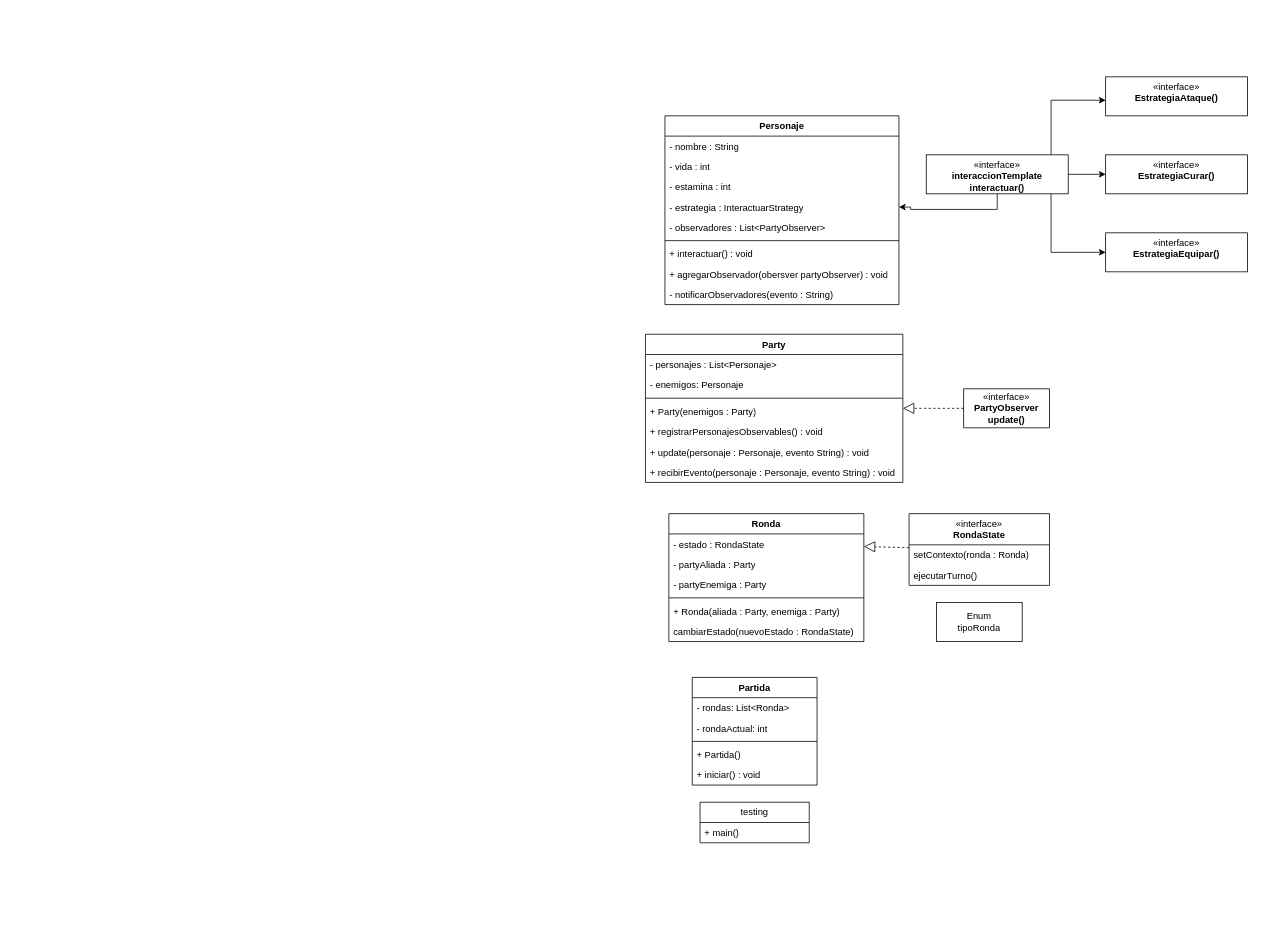
Earlier version of the draw.io diagram DiagramaUML.drawio (D1n0sXIX/ProyectoFinal-DisSoftware). Source tidied: cells renumbered, new cells numbered last; positions are measured from the earlier drawing's top-left corner, leaving out a move shared by most shapes. Both pictures are drawn from the tidied source at 78%, with x=0, y=0 at pixel (645, 76).
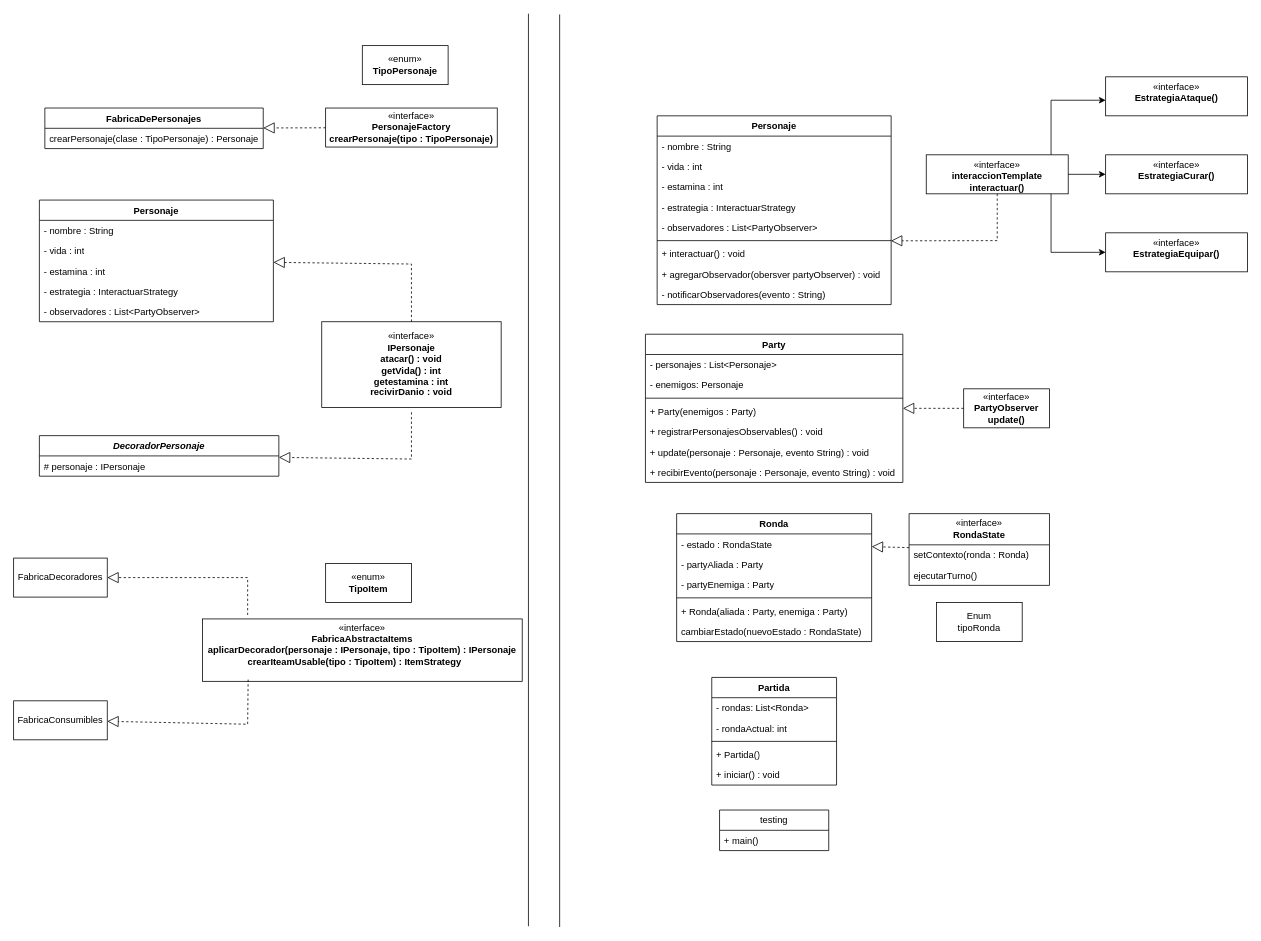
The same page after the edit.

Unchanged cells that the change refers to:
```xml
<mxCell id="35" value="- estrategia : InteractuarStrategy" style="text;strokeColor=none;fillColor=none;align=left;verticalAlign=top;spacingLeft=4;spacingRight=4;overflow=hidden;points=[[0,0.5],[1,0.5]];portConstraint=eastwest;whiteSpace=wrap;html=1;fontFamily=Helvetica;fontSize=12;fontColor=default;" parent="31" vertex="1">
  <mxGeometry y="104" width="300" height="26" as="geometry" />
</mxCell>
<mxCell id="38" value="+ interactuar() : void" style="text;strokeColor=none;fillColor=none;align=left;verticalAlign=top;spacingLeft=4;spacingRight=4;overflow=hidden;points=[[0,0.5],[1,0.5]];portConstraint=eastwest;whiteSpace=wrap;html=1;fontFamily=Helvetica;fontSize=12;fontColor=default;" parent="31" vertex="1">
  <mxGeometry y="164" width="300" height="26" as="geometry" />
</mxCell>
<mxCell id="45" value="«interface»&lt;br&gt;&lt;b&gt;interaccionTemplate&lt;/b&gt;&lt;div&gt;&lt;b&gt;interactuar()&lt;/b&gt;&lt;/div&gt;" style="html=1;whiteSpace=wrap;align=center;verticalAlign=top;spacingLeft=4;spacingRight=4;fontFamily=Helvetica;fontSize=12;fontColor=default;fillColor=none;gradientColor=none;" parent="1" vertex="1">
  <mxGeometry x="360" y="100" width="182" height="50" as="geometry" />
</mxCell>
```

Diff of the diagram source:
```diff
@@
     <mxCell id="4" value="testing" style="swimlane;fontStyle=0;horizontal=1;startSize=26;fillColor=none;whiteSpace=wrap;html=1;" parent="1" vertex="1">
-      <mxGeometry x="70" y="930" width="140" height="52" as="geometry" />
+      <mxGeometry x="95" y="940" width="140" height="52" as="geometry" />
     </mxCell>
@@
     <mxCell id="6" value="Partida" style="swimlane;fontStyle=1;align=center;verticalAlign=top;horizontal=1;startSize=26;whiteSpace=wrap;html=1;" parent="1" vertex="1">
-      <mxGeometry x="60" y="770" width="160" height="138" as="geometry" />
+      <mxGeometry x="85" y="770" width="160" height="138" as="geometry" />
     </mxCell>
@@
     <mxCell id="12" value="Ronda" style="swimlane;fontStyle=1;align=center;verticalAlign=top;horizontal=1;startSize=26;whiteSpace=wrap;html=1;" parent="1" vertex="1">
-      <mxGeometry x="30" y="560" width="250" height="164" as="geometry" />
+      <mxGeometry x="40" y="560" width="250" height="164" as="geometry" />
     </mxCell>
@@
     <mxCell id="31" value="Personaje" style="swimlane;fontStyle=1;align=center;verticalAlign=top;horizontal=1;startSize=26;whiteSpace=wrap;html=1;spacingLeft=4;spacingRight=4;fontFamily=Helvetica;fontSize=12;fontColor=default;fillColor=none;gradientColor=none;" parent="1" vertex="1">
-      <mxGeometry x="25" y="50" width="300" height="242" as="geometry" />
+      <mxGeometry x="15" y="50" width="300" height="242" as="geometry" />
     </mxCell>
@@
-    <mxCell id="44" style="edgeStyle=orthogonalEdgeStyle;rounded=0;jettySize=auto;html=1;fontFamily=Helvetica;fontSize=12;fontColor=default;" parent="1" edge="1" source="45" target="35">
-      <mxGeometry relative="1" as="geometry" />
-    </mxCell>
@@
+    <mxCell id="50" style="endArrow=block;dashed=1;endFill=0;endSize=12;html=1;rounded=0;entryX=0.999;entryY=-0.144;entryDx=0;entryDy=0;entryPerimeter=0;" parent="1" edge="1" source="45" target="38">
+      <mxGeometry relative="1" as="geometry">
+        <Array as="points">
+          <mxPoint x="451" y="210" />
+        </Array>
+      </mxGeometry>
+    </mxCell>
+    <mxCell id="51" style="endArrow=none;html=1;rounded=0;" parent="1" edge="1">
+      <mxGeometry relative="1" as="geometry">
+        <mxPoint x="-110" y="1090" as="sourcePoint" />
+        <mxPoint x="-110" y="-80" as="targetPoint" />
+      </mxGeometry>
+    </mxCell>
+    <mxCell id="52" style="endArrow=none;html=1;rounded=0;" parent="1" edge="1">
+      <mxGeometry relative="1" as="geometry">
+        <mxPoint x="-150" y="1089" as="sourcePoint" />
+        <mxPoint x="-150" y="-81" as="targetPoint" />
+      </mxGeometry>
+    </mxCell>
+    <mxCell id="53" value="«enum»&lt;br&gt;&lt;b&gt;TipoPersonaje&lt;/b&gt;" style="html=1;whiteSpace=wrap;" parent="1" vertex="1">
+      <mxGeometry x="-363" y="-40" width="110" height="50" as="geometry" />
+    </mxCell>
+    <mxCell id="54" value="«interface»&lt;br&gt;&lt;b&gt;PersonajeFactory&lt;/b&gt;&lt;div&gt;&lt;b&gt;crearPersonaje(tipo : TipoPersonaje)&lt;/b&gt;&lt;/div&gt;" style="html=1;whiteSpace=wrap;" parent="1" vertex="1">
+      <mxGeometry x="-410" y="40" width="220" height="50" as="geometry" />
+    </mxCell>
+    <mxCell id="55" value="FabricaDePersonajes" style="swimlane;fontStyle=1;align=center;verticalAlign=top;horizontal=1;startSize=26;whiteSpace=wrap;html=1;" parent="1" vertex="1">
+      <mxGeometry x="-770" y="40" width="280" height="52" as="geometry" />
+    </mxCell>
+    <mxCell id="56" value="crearPersonaje(clase : TipoPersonaje) : Personaje" style="text;strokeColor=none;fillColor=none;align=left;verticalAlign=top;spacingLeft=4;spacingRight=4;overflow=hidden;whiteSpace=wrap;html=1;" parent="55" vertex="1">
+      <mxGeometry y="26" width="280" height="26" as="geometry" />
+    </mxCell>
+    <mxCell id="57" style="endArrow=block;dashed=1;endFill=0;endSize=12;html=1;rounded=0;" parent="1" edge="1" source="54" target="55">
+      <mxGeometry relative="1" as="geometry" />
+    </mxCell>
+    <mxCell id="58" value="«interface»&lt;br&gt;&lt;b&gt;IPersonaje&lt;/b&gt;&lt;div&gt;&lt;b&gt;atacar() : void&lt;/b&gt;&lt;/div&gt;&lt;div&gt;&lt;b&gt;getVida() : int&lt;/b&gt;&lt;/div&gt;&lt;div&gt;&lt;b&gt;getestamina : int&lt;/b&gt;&lt;/div&gt;&lt;div&gt;&lt;b&gt;recivirDanio : void&lt;/b&gt;&lt;/div&gt;" style="html=1;whiteSpace=wrap;" parent="1" vertex="1">
+      <mxGeometry x="-415" y="314" width="230" height="110" as="geometry" />
+    </mxCell>
+    <mxCell id="59" style="endArrow=block;dashed=1;endFill=0;endSize=12;html=1;rounded=0;" parent="1" edge="1" source="58" target="60">
+      <mxGeometry relative="1" as="geometry">
+        <Array as="points">
+          <mxPoint x="-300" y="240" />
+        </Array>
+      </mxGeometry>
+    </mxCell>
+    <mxCell id="60" value="Personaje" style="swimlane;fontStyle=1;align=center;verticalAlign=top;horizontal=1;startSize=26;whiteSpace=wrap;html=1;spacingLeft=4;spacingRight=4;fontFamily=Helvetica;fontSize=12;fontColor=default;fillColor=none;gradientColor=none;" parent="1" vertex="1">
+      <mxGeometry x="-777" y="158" width="300" height="156" as="geometry" />
+    </mxCell>
+    <mxCell id="61" value="- nombre : String" style="text;strokeColor=none;fillColor=none;align=left;verticalAlign=top;spacingLeft=4;spacingRight=4;overflow=hidden;whiteSpace=wrap;html=1;fontFamily=Helvetica;fontSize=12;fontColor=default;" parent="60" vertex="1">
+      <mxGeometry y="26" width="300" height="26" as="geometry" />
+    </mxCell>
+    <mxCell id="62" value="- vida : int" style="text;strokeColor=none;fillColor=none;align=left;verticalAlign=top;spacingLeft=4;spacingRight=4;overflow=hidden;whiteSpace=wrap;html=1;fontFamily=Helvetica;fontSize=12;fontColor=default;" parent="60" vertex="1">
+      <mxGeometry y="52" width="300" height="26" as="geometry" />
+    </mxCell>
+    <mxCell id="63" value="- estamina : int" style="text;strokeColor=none;fillColor=none;align=left;verticalAlign=top;spacingLeft=4;spacingRight=4;overflow=hidden;whiteSpace=wrap;html=1;fontFamily=Helvetica;fontSize=12;fontColor=default;" parent="60" vertex="1">
+      <mxGeometry y="78" width="300" height="26" as="geometry" />
+    </mxCell>
+    <mxCell id="64" value="- estrategia : InteractuarStrategy" style="text;strokeColor=none;fillColor=none;align=left;verticalAlign=top;spacingLeft=4;spacingRight=4;overflow=hidden;whiteSpace=wrap;html=1;fontFamily=Helvetica;fontSize=12;fontColor=default;" parent="60" vertex="1">
+      <mxGeometry y="104" width="300" height="26" as="geometry" />
+    </mxCell>
+    <mxCell id="65" value="- observadores : List&amp;lt;PartyObserver&amp;gt;" style="text;strokeColor=none;fillColor=none;align=left;verticalAlign=top;spacingLeft=4;spacingRight=4;overflow=hidden;whiteSpace=wrap;html=1;fontFamily=Helvetica;fontSize=12;fontColor=default;" parent="60" vertex="1">
+      <mxGeometry y="130" width="300" height="26" as="geometry" />
+    </mxCell>
+    <mxCell id="66" value="&lt;i&gt;DecoradorPersonaje&lt;/i&gt;" style="swimlane;fontStyle=1;align=center;verticalAlign=top;horizontal=1;startSize=26;whiteSpace=wrap;html=1;" parent="1" vertex="1">
+      <mxGeometry x="-777" y="460" width="307" height="52" as="geometry" />
+    </mxCell>
+    <mxCell id="67" value="# personaje : IPersonaje" style="text;strokeColor=none;fillColor=none;align=left;verticalAlign=top;spacingLeft=4;spacingRight=4;overflow=hidden;whiteSpace=wrap;html=1;" parent="66" vertex="1">
+      <mxGeometry y="26" width="307" height="26" as="geometry" />
+    </mxCell>
+    <mxCell id="68" style="endArrow=block;dashed=1;endFill=0;endSize=12;html=1;rounded=0;" parent="1" edge="1" target="66">
+      <mxGeometry relative="1" as="geometry">
+        <mxPoint x="-300" y="430" as="sourcePoint" />
+        <Array as="points">
+          <mxPoint x="-300" y="490" />
+        </Array>
+      </mxGeometry>
+    </mxCell>
+    <mxCell id="69" value="«interface»&lt;br&gt;&lt;b&gt;FabricaAbstractaItems&lt;/b&gt;&lt;div&gt;&lt;b&gt;aplicarDecorador(personaje : IPersonaje, tipo : TipoItem) : IPersonaje&lt;/b&gt;&lt;/div&gt;&lt;div&gt;&lt;b&gt;crearIteamUsable(tipo : TipoItem) : ItemStrategy&lt;span style=&quot;white-space: pre;&quot;&gt;&#9;&lt;/span&gt;&lt;/b&gt;&lt;/div&gt;&lt;div&gt;&lt;b&gt;&lt;br&gt;&lt;/b&gt;&lt;/div&gt;" style="html=1;whiteSpace=wrap;" parent="1" vertex="1">
+      <mxGeometry x="-568" y="695" width="410" height="80" as="geometry" />
+    </mxCell>
+    <mxCell id="70" value="«enum»&lt;br&gt;&lt;b&gt;TipoItem&lt;/b&gt;" style="html=1;whiteSpace=wrap;" parent="1" vertex="1">
+      <mxGeometry x="-410" y="624" width="110" height="50" as="geometry" />
+    </mxCell>
+    <mxCell id="71" value="FabricaDecoradores" style="html=1;whiteSpace=wrap;" parent="1" vertex="1">
+      <mxGeometry x="-810" y="617" width="120" height="50" as="geometry" />
+    </mxCell>
+    <mxCell id="72" style="endArrow=block;dashed=1;endFill=0;endSize=12;html=1;rounded=0;" parent="1" edge="1" target="71">
+      <mxGeometry relative="1" as="geometry">
+        <mxPoint x="-510" y="690" as="sourcePoint" />
+        <Array as="points">
+          <mxPoint x="-510" y="642" />
+        </Array>
+      </mxGeometry>
+    </mxCell>
+    <mxCell id="73" value="FabricaConsumibles" style="html=1;whiteSpace=wrap;" parent="1" vertex="1">
+      <mxGeometry x="-810" y="800" width="120" height="50" as="geometry" />
+    </mxCell>
+    <mxCell id="74" style="endArrow=block;dashed=1;endFill=0;endSize=12;html=1;rounded=0;exitX=0.143;exitY=0.972;exitDx=0;exitDy=0;exitPerimeter=0;" parent="1" edge="1" source="69" target="73">
+      <mxGeometry relative="1" as="geometry">
+        <Array as="points">
+          <mxPoint x="-510" y="830" />
+        </Array>
+      </mxGeometry>
+    </mxCell>
```
